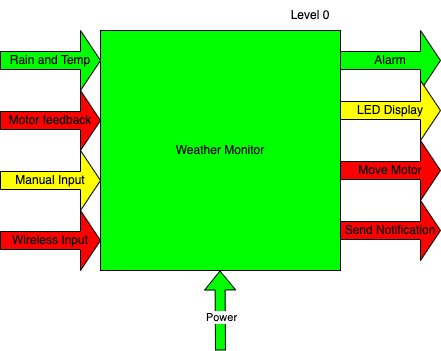
Above: System Architecture-Page-2.drawio.png in Mosiah-Beal/411-Practicum (draw.io), before the change. Source tidied: cells renumbered, new cells last; positions are measured from the earlier drawing's top-left corner, leaving out a move shared by most shapes.
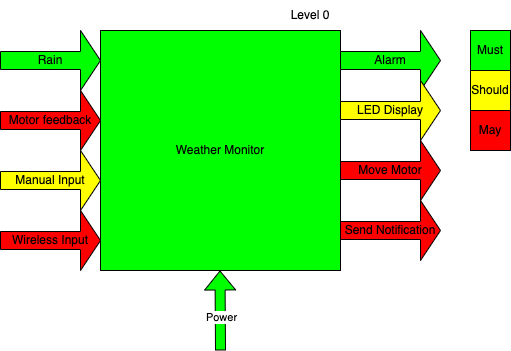
Later version of the same file.

The edit, as a diff of the source:
```diff
@@ -5,7 +5,7 @@
     <mxCell id="2" value="Weather Monitor" style="whiteSpace=wrap;html=1;fillColor=#00FF00;" parent="1" vertex="1">
       <mxGeometry x="100" y="30" width="240" height="240" as="geometry" />
     </mxCell>
-    <mxCell id="3" value="Rain and Temp" style="shape=singleArrow;whiteSpace=wrap;html=1;fillColor=#00FF00;" parent="1" vertex="1">
+    <mxCell id="3" value="Rain" style="shape=singleArrow;whiteSpace=wrap;html=1;fillColor=#00FF00;" parent="1" vertex="1">
       <mxGeometry y="30" width="100" height="60" as="geometry" />
     </mxCell>
     <mxCell id="4" value="Motor feedback" style="shape=singleArrow;whiteSpace=wrap;html=1;fillColor=#FF0000;" parent="1" vertex="1">
@@ -41,5 +41,14 @@
     <mxCell id="13" value="Level 0" style="text;strokeColor=none;align=center;fillColor=none;html=1;verticalAlign=middle;whiteSpace=wrap;rounded=0;" parent="1" vertex="1">
       <mxGeometry x="280" width="60" height="30" as="geometry" />
     </mxCell>
+    <mxCell id="14" value="Must" style="whiteSpace=wrap;html=1;fillColor=#00FF00;" parent="1" vertex="1">
+      <mxGeometry x="470" y="30" width="40" height="40" as="geometry" />
+    </mxCell>
+    <mxCell id="15" value="May" style="whiteSpace=wrap;html=1;fillColor=#FF0000;" parent="1" vertex="1">
+      <mxGeometry x="470" y="110" width="40" height="40" as="geometry" />
+    </mxCell>
+    <mxCell id="16" value="Should" style="whiteSpace=wrap;html=1;fillColor=#FFFF00;" parent="1" vertex="1">
+      <mxGeometry x="470" y="70" width="40" height="40" as="geometry" />
+    </mxCell>
   </root>
 </mxGraphModel>
```
